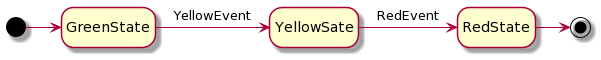
Earlier version of the PlantUML export doc/diagrams/finishing-traffic-light.png (KStateMachine/kstatemachine).
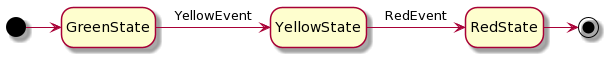
After the change.

Change to the diagram source:
```diff
@@ -1,7 +1,7 @@
 @startuml
 hide empty description
 [*] -> GreenState
-GreenState -> YellowSate : YellowEvent
-YellowSate -> RedState : RedEvent
+GreenState -> YellowState : YellowEvent
+YellowState -> RedState : RedEvent
 RedState -> [*]
 @enduml
```
